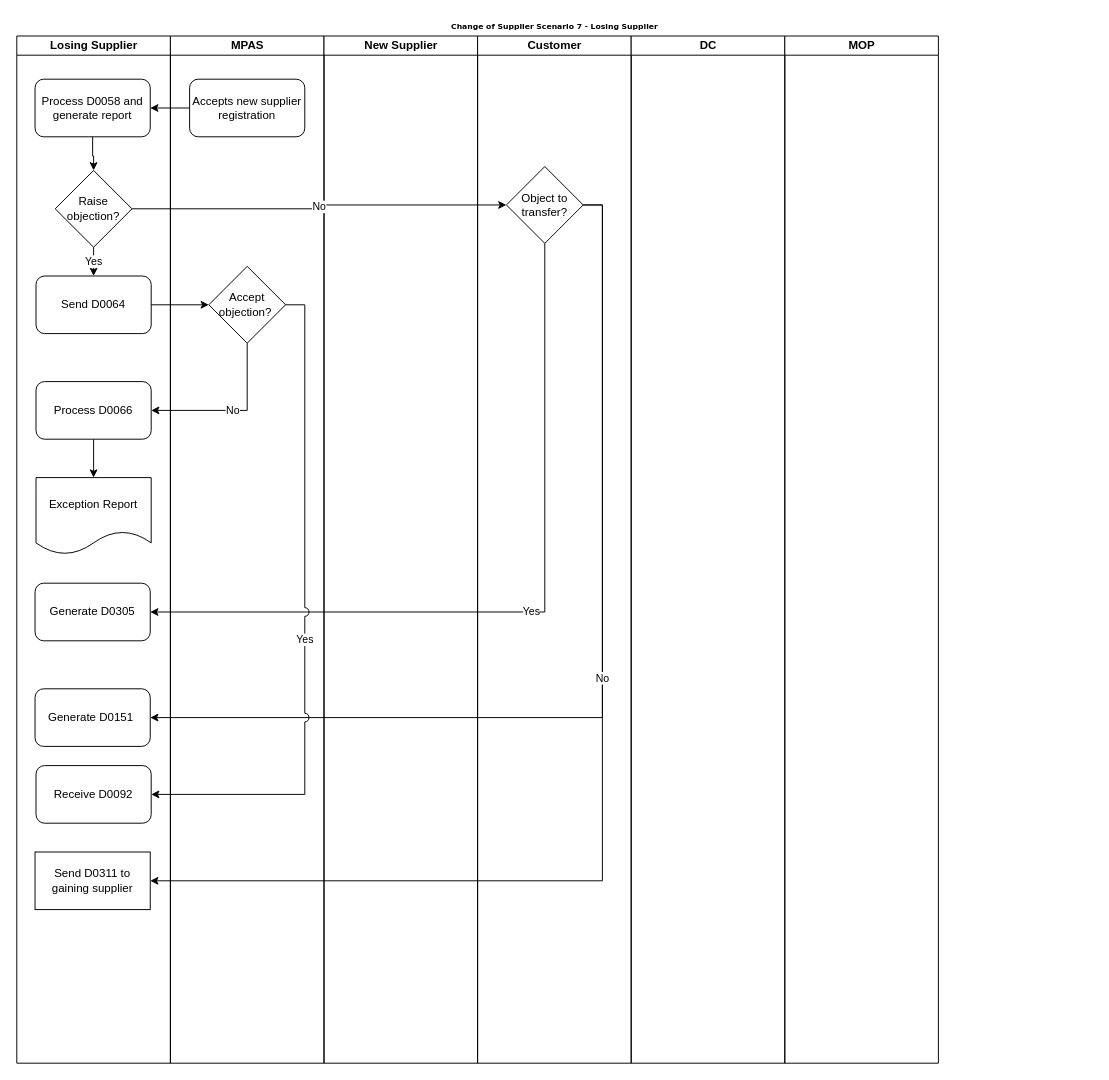
Earlier version of the draw.io diagram Losing Customer Electricity Scenario 1.drawio (andykanu/energy-business-processes). Source tidied: cells renumbered, new cells numbered last; positions are measured from the earlier drawing's top-left corner, leaving out a move shared by most shapes. Both pictures are drawn from the tidied source at 96%, with x=0, y=0 at pixel (16, 16).
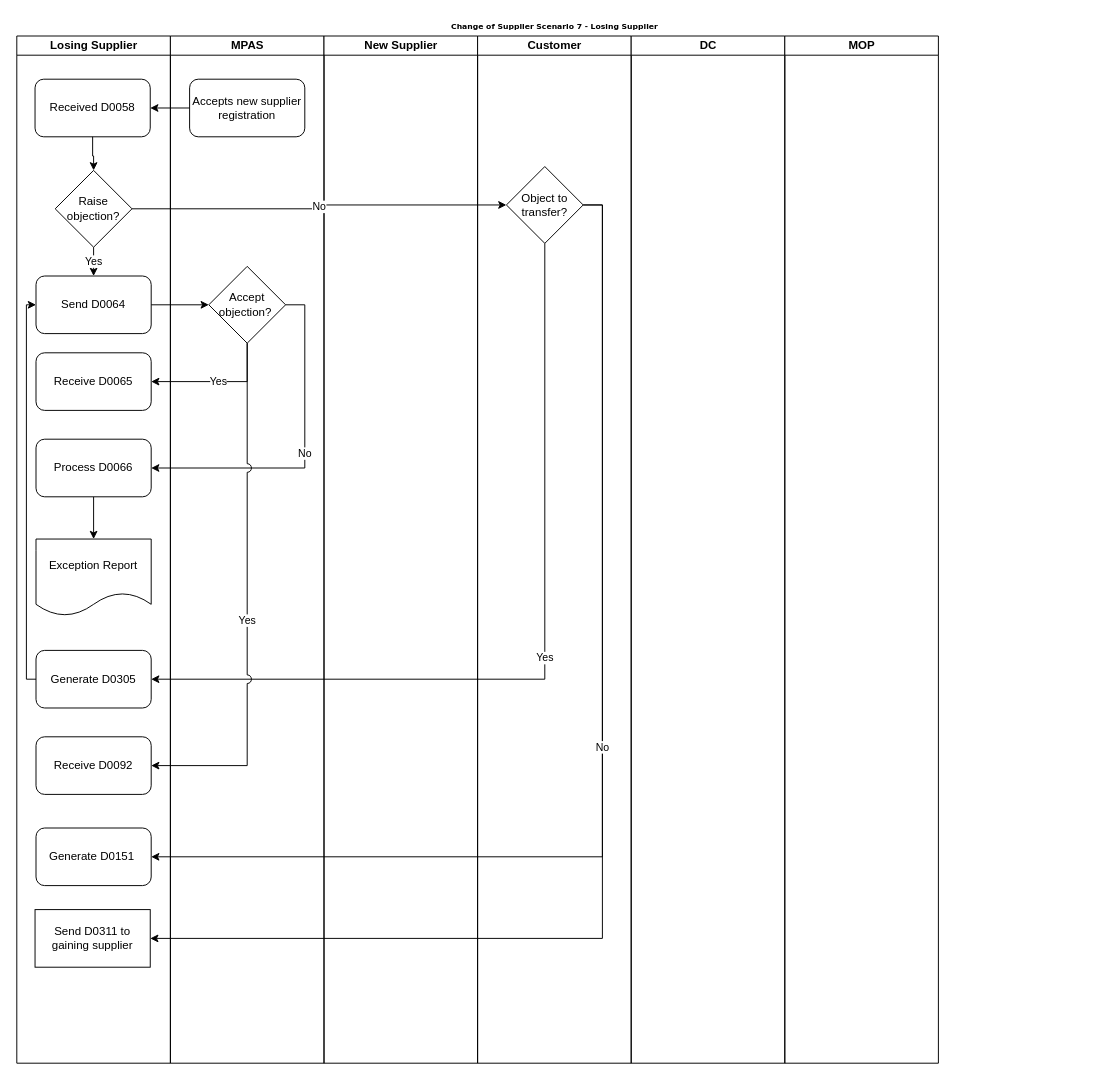
After the change.

Unchanged cells that the change refers to:
```xml
<mxCell id="2" value="Change of Supplier Scenario 7 - Losing Supplier" style="swimlane;html=1;startSize=20;rounded=0;shadow=0;labelBackgroundColor=none;strokeColor=none;strokeWidth=1;fillColor=#ffffff;fontFamily=Verdana;fontSize=8;fontColor=#000000;align=center;" parent="1" vertex="1">
  <mxGeometry width="1120" height="1090" as="geometry" />
</mxCell>
<mxCell id="3" value="Losing Supplier" style="swimlane;html=1;startSize=20;" parent="2" vertex="1">
  <mxGeometry y="20" width="160" height="1070" as="geometry" />
</mxCell>
<mxCell id="9" value="Send D0064" style="rounded=1;whiteSpace=wrap;html=1;" parent="3" vertex="1">
  <mxGeometry x="20" y="250" width="120" height="60" as="geometry" />
</mxCell>
<mxCell id="19" value="Accept objection?&amp;nbsp;" style="rhombus;whiteSpace=wrap;html=1;" parent="17" vertex="1">
  <mxGeometry x="40" y="240" width="80" height="80" as="geometry" />
</mxCell>
```

Change to the diagram source:
```diff
@@
-    <mxCell id="5" value="Process D0058 and generate report" style="rounded=1;whiteSpace=wrap;html=1;" parent="3" vertex="1">
+    <mxCell id="5" value="Received D0058" style="rounded=1;whiteSpace=wrap;html=1;" parent="3" vertex="1">
       <mxGeometry x="19" y="45" width="120" height="60" as="geometry" />
     </mxCell>
@@
+    <mxCell id="33" style="edgeStyle=orthogonalEdgeStyle;rounded=0;jumpStyle=arc;jumpSize=9;jettySize=auto;html=1;exitX=0;exitY=0.5;exitDx=0;exitDy=0;entryX=0;entryY=0.5;entryDx=0;entryDy=0;" parent="3" edge="1" source="10" target="9">
+      <mxGeometry relative="1" as="geometry">
+        <Array as="points">
+          <mxPoint x="10" y="670" />
+          <mxPoint x="10" y="280" />
+        </Array>
+      </mxGeometry>
+    </mxCell>
     <mxCell id="10" value="Generate D0305" style="rounded=1;whiteSpace=wrap;html=1;" parent="3" vertex="1">
-      <mxGeometry x="19" y="570" width="120" height="60" as="geometry" />
+      <mxGeometry x="20" y="640" width="120" height="60" as="geometry" />
     </mxCell>
     <mxCell id="11" value="Send D0311 to gaining supplier" style="rounded=0;whiteSpace=wrap;html=1;" parent="3" vertex="1">
-      <mxGeometry x="19" y="850" width="120" height="60" as="geometry" />
+      <mxGeometry x="19" y="910" width="120" height="60" as="geometry" />
     </mxCell>
@@
     <mxCell id="13" value="Process D0066" style="rounded=1;whiteSpace=wrap;html=1;" parent="3" vertex="1">
-      <mxGeometry x="20" y="360" width="120" height="60" as="geometry" />
+      <mxGeometry x="20" y="420" width="120" height="60" as="geometry" />
     </mxCell>
     <mxCell id="14" value="Exception Report" style="shape=document;whiteSpace=wrap;html=1;boundedLbl=1;" parent="3" vertex="1">
-      <mxGeometry x="20" y="460" width="120" height="80" as="geometry" />
+      <mxGeometry x="20" y="524" width="120" height="80" as="geometry" />
     </mxCell>
     <mxCell id="15" value="Generate D0151&amp;nbsp;" style="rounded=1;whiteSpace=wrap;html=1;" parent="3" vertex="1">
-      <mxGeometry x="19" y="680" width="120" height="60" as="geometry" />
+      <mxGeometry x="20" y="825" width="120" height="60" as="geometry" />
     </mxCell>
     <mxCell id="16" value="Receive D0092" style="rounded=1;whiteSpace=wrap;html=1;" parent="3" vertex="1">
-      <mxGeometry x="20" y="760" width="120" height="60" as="geometry" />
+      <mxGeometry x="20" y="730" width="120" height="60" as="geometry" />
     </mxCell>
+    <mxCell id="34" value="Receive D0065" style="rounded=1;whiteSpace=wrap;html=1;" parent="3" vertex="1">
+      <mxGeometry x="20" y="330" width="120" height="60" as="geometry" />
+    </mxCell>
@@
-    <mxCell id="30" value="No" style="edgeStyle=orthogonalEdgeStyle;rounded=0;jettySize=auto;html=1;exitX=0.5;exitY=1;exitDx=0;exitDy=0;entryX=1;entryY=0.5;entryDx=0;entryDy=0;" parent="2" edge="1" source="19" target="13">
+    <mxCell id="30" value="No" style="edgeStyle=orthogonalEdgeStyle;rounded=0;jettySize=auto;html=1;exitX=1;exitY=0.5;exitDx=0;exitDy=0;entryX=1;entryY=0.5;entryDx=0;entryDy=0;" parent="2" edge="1" source="19" target="13">
       <mxGeometry relative="1" as="geometry" />
     </mxCell>
@@
-    <mxCell id="32" value="Yes" style="edgeStyle=orthogonalEdgeStyle;rounded=0;jettySize=auto;html=1;exitX=1;exitY=0.5;exitDx=0;exitDy=0;entryX=1;entryY=0.5;entryDx=0;entryDy=0;jumpStyle=arc;jumpSize=9;" parent="2" edge="1" source="19" target="16">
+    <mxCell id="32" value="Yes" style="edgeStyle=orthogonalEdgeStyle;rounded=0;jettySize=auto;html=1;exitX=0.5;exitY=1;exitDx=0;exitDy=0;entryX=1;entryY=0.5;entryDx=0;entryDy=0;jumpStyle=arc;jumpSize=9;" parent="2" edge="1" source="19" target="16">
       <mxGeometry x="0.07" relative="1" as="geometry" />
     </mxCell>
+    <mxCell id="35" value="Yes" style="edgeStyle=orthogonalEdgeStyle;rounded=0;jumpStyle=arc;jumpSize=9;jettySize=auto;html=1;exitX=0.5;exitY=1;exitDx=0;exitDy=0;entryX=1;entryY=0.5;entryDx=0;entryDy=0;" parent="2" edge="1" source="19" target="34">
+      <mxGeometry relative="1" as="geometry" />
+    </mxCell>
```
